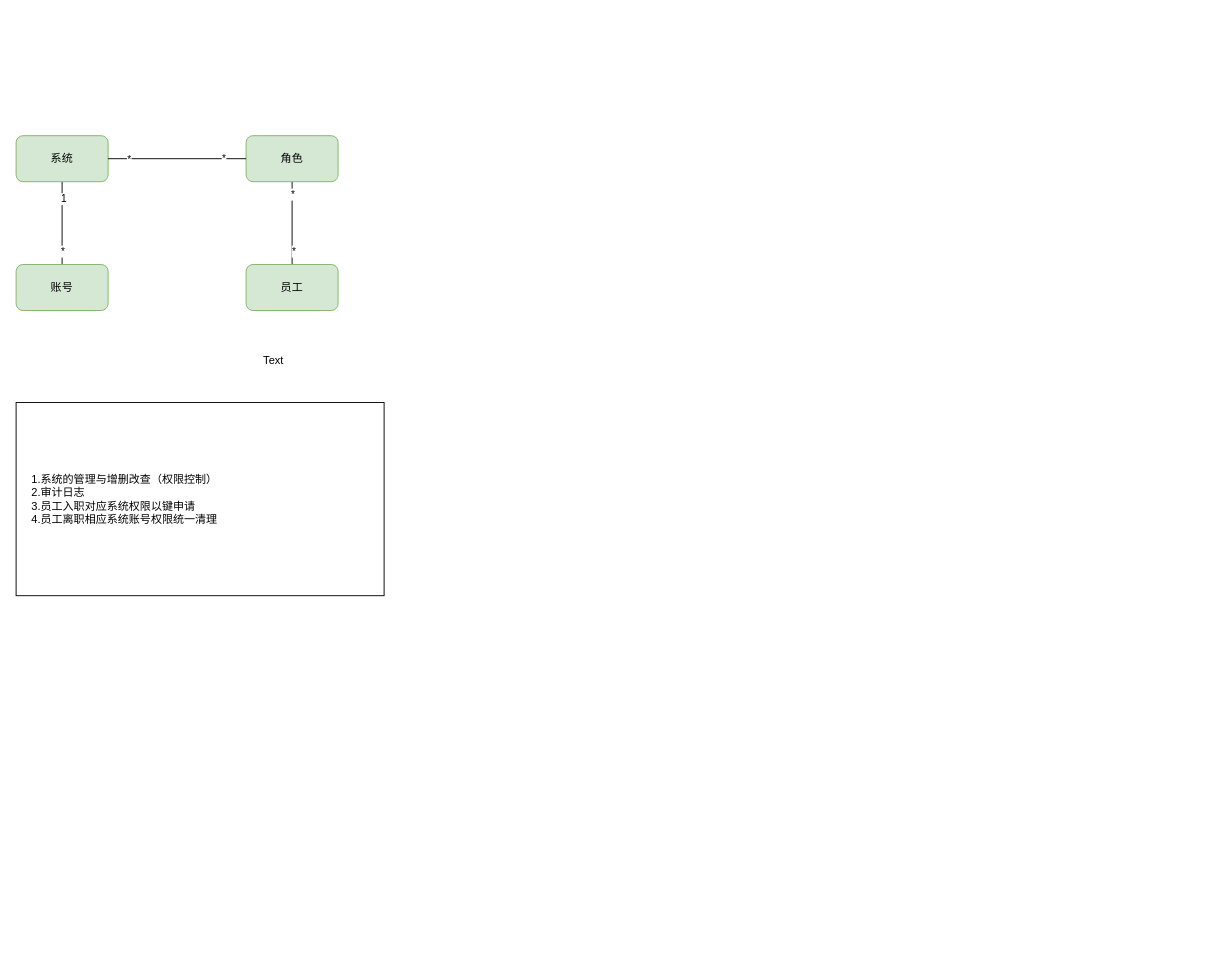
littleDagron/Codepractice keeps this draw.io diagram as 未命名绘图1.drawio. Above is the earlier version. Source tidied: cells renumbered, new cells numbered last; positions are measured from the earlier drawing's top-left corner, leaving out a move shared by most shapes. Both pictures are drawn from the tidied source at 92%, with x=0, y=0 at pixel (16, 135).
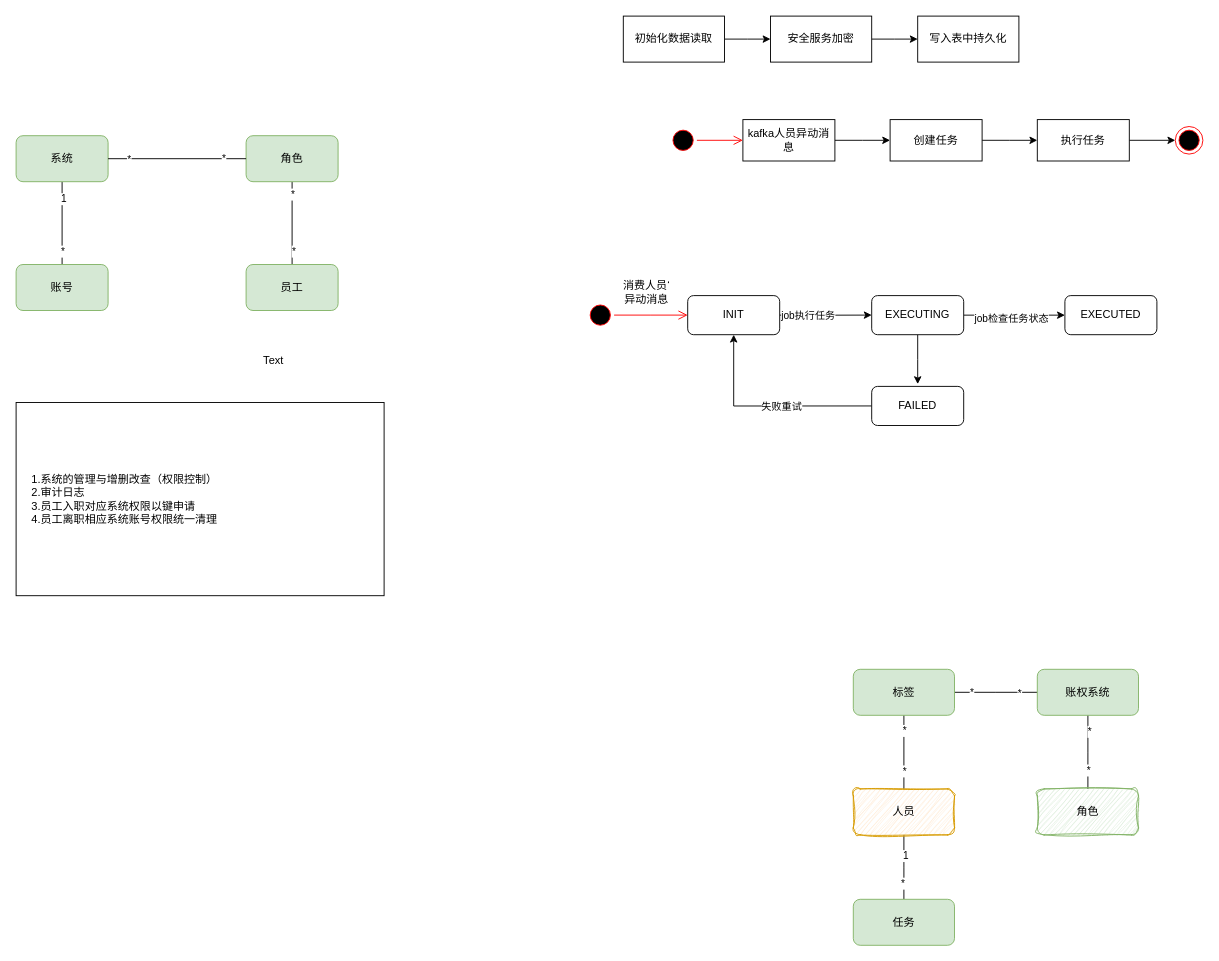
The same diagram, later.

Commit message:
更新未命名绘图1.drawio

What changed in the source:
```diff
@@
+    <mxCell id="18" style="edgeStyle=orthogonalEdgeStyle;rounded=0;jettySize=auto;html=1;exitX=1;exitY=0.5;exitDx=0;exitDy=0;" parent="1" edge="1" source="19">
+      <mxGeometry relative="1" as="geometry">
+        <mxPoint x="950" y="5" as="targetPoint" />
+      </mxGeometry>
+    </mxCell>
+    <mxCell id="19" value="kafka人员异动消息" style="rounded=0;whiteSpace=wrap;html=1;" parent="1" vertex="1">
+      <mxGeometry x="790" y="-17.5" width="100" height="45" as="geometry" />
+    </mxCell>
+    <mxCell id="20" style="edgeStyle=orthogonalEdgeStyle;rounded=0;jettySize=auto;html=1;exitX=1;exitY=0.5;exitDx=0;exitDy=0;" parent="1" edge="1" source="21">
+      <mxGeometry relative="1" as="geometry">
+        <mxPoint x="1110" y="5" as="targetPoint" />
+      </mxGeometry>
+    </mxCell>
+    <mxCell id="21" value="创建任务" style="rounded=0;whiteSpace=wrap;html=1;" parent="1" vertex="1">
+      <mxGeometry x="950" y="-17.5" width="100" height="45" as="geometry" />
+    </mxCell>
+    <mxCell id="22" style="edgeStyle=orthogonalEdgeStyle;rounded=0;jettySize=auto;html=1;exitX=1;exitY=0.5;exitDx=0;exitDy=0;entryX=0;entryY=0.5;entryDx=0;entryDy=0;" parent="1" edge="1" source="23" target="24">
+      <mxGeometry relative="1" as="geometry" />
+    </mxCell>
+    <mxCell id="23" value="执行任务" style="rounded=0;whiteSpace=wrap;html=1;" parent="1" vertex="1">
+      <mxGeometry x="1110" y="-17.5" width="100" height="45" as="geometry" />
+    </mxCell>
+    <mxCell id="24" style="ellipse;html=1;shape=endState;fillColor=#000000;strokeColor=#ff0000;" parent="1" vertex="1">
+      <mxGeometry x="1260" y="-10" width="30" height="30" as="geometry" />
+    </mxCell>
+    <mxCell id="25" style="ellipse;html=1;shape=startState;fillColor=#000000;strokeColor=#ff0000;" parent="1" vertex="1">
+      <mxGeometry x="710" y="-10" width="30" height="30" as="geometry" />
+    </mxCell>
+    <mxCell id="26" style="edgeStyle=orthogonalEdgeStyle;html=1;verticalAlign=bottom;endArrow=open;endSize=8;strokeColor=#ff0000;rounded=0;entryX=0;entryY=0.5;entryDx=0;entryDy=0;" parent="1" edge="1" source="25" target="19">
+      <mxGeometry relative="1" as="geometry" />
+    </mxCell>
+    <mxCell id="27" style="edgeStyle=orthogonalEdgeStyle;rounded=0;jettySize=auto;html=1;exitX=1;exitY=0.5;exitDx=0;exitDy=0;" parent="1" edge="1" source="28">
+      <mxGeometry relative="1" as="geometry">
+        <mxPoint x="820" y="-105" as="targetPoint" />
+      </mxGeometry>
+    </mxCell>
+    <mxCell id="28" value="初始化数据读取" style="html=1;whiteSpace=wrap;" parent="1" vertex="1">
+      <mxGeometry x="660" y="-130" width="110" height="50" as="geometry" />
+    </mxCell>
+    <mxCell id="29" style="edgeStyle=orthogonalEdgeStyle;rounded=0;jettySize=auto;html=1;exitX=1;exitY=0.5;exitDx=0;exitDy=0;" parent="1" edge="1" source="30">
+      <mxGeometry relative="1" as="geometry">
+        <mxPoint x="980" y="-105" as="targetPoint" />
+      </mxGeometry>
+    </mxCell>
+    <mxCell id="30" value="安全服务加密" style="html=1;whiteSpace=wrap;" parent="1" vertex="1">
+      <mxGeometry x="820" y="-130" width="110" height="50" as="geometry" />
+    </mxCell>
+    <mxCell id="31" value="写入表中持久化" style="html=1;whiteSpace=wrap;" parent="1" vertex="1">
+      <mxGeometry x="980" y="-130" width="110" height="50" as="geometry" />
+    </mxCell>
+    <mxCell id="32" style="ellipse;html=1;shape=startState;fillColor=#000000;strokeColor=#ff0000;" parent="1" vertex="1">
+      <mxGeometry x="620" y="180" width="30" height="30" as="geometry" />
+    </mxCell>
+    <mxCell id="33" style="edgeStyle=orthogonalEdgeStyle;html=1;verticalAlign=bottom;endArrow=open;endSize=8;strokeColor=#ff0000;rounded=0;" parent="1" edge="1" source="32">
+      <mxGeometry relative="1" as="geometry">
+        <mxPoint x="730" y="195" as="targetPoint" />
+      </mxGeometry>
+    </mxCell>
+    <mxCell id="34" style="edgeStyle=orthogonalEdgeStyle;rounded=0;jettySize=auto;html=1;exitX=1;exitY=0.5;exitDx=0;exitDy=0;" parent="1" edge="1" source="36">
+      <mxGeometry relative="1" as="geometry">
+        <mxPoint x="930" y="195" as="targetPoint" />
+      </mxGeometry>
+    </mxCell>
+    <mxCell id="35" value="job执行任务" style="edgeLabel;html=1;align=center;verticalAlign=middle;" parent="34" vertex="1">
+      <mxGeometry x="-0.38" relative="1" as="geometry" />
+    </mxCell>
+    <mxCell id="36" value="INIT" style="rounded=1;whiteSpace=wrap;html=1;" parent="1" vertex="1">
+      <mxGeometry x="730" y="173.8" width="100" height="42.5" as="geometry" />
+    </mxCell>
+    <mxCell id="37" value="消费人员‘&lt;br&gt;异动消息" style="text;html=1;align=center;verticalAlign=middle;strokeColor=none;fillColor=none;" parent="1" vertex="1">
+      <mxGeometry x="650" y="150" width="70" height="40" as="geometry" />
+    </mxCell>
+    <mxCell id="38" style="edgeStyle=orthogonalEdgeStyle;rounded=0;jettySize=auto;html=1;exitX=0.5;exitY=1;exitDx=0;exitDy=0;" parent="1" edge="1" source="41">
+      <mxGeometry relative="1" as="geometry">
+        <mxPoint x="980" y="270" as="targetPoint" />
+      </mxGeometry>
+    </mxCell>
+    <mxCell id="39" style="edgeStyle=orthogonalEdgeStyle;rounded=0;jettySize=auto;html=1;exitX=1;exitY=0.5;exitDx=0;exitDy=0;entryX=0;entryY=0.5;entryDx=0;entryDy=0;" parent="1" edge="1" source="41" target="42">
+      <mxGeometry relative="1" as="geometry" />
+    </mxCell>
+    <mxCell id="40" value="job检查任务状态" style="edgeLabel;html=1;align=center;verticalAlign=middle;" parent="39" vertex="1">
+      <mxGeometry x="-0.07" y="-3" relative="1" as="geometry" />
+    </mxCell>
+    <mxCell id="41" value="EXECUTING" style="rounded=1;whiteSpace=wrap;html=1;" parent="1" vertex="1">
+      <mxGeometry x="930" y="173.8" width="100" height="42.5" as="geometry" />
+    </mxCell>
+    <mxCell id="42" value="EXECUTED" style="rounded=1;whiteSpace=wrap;html=1;" parent="1" vertex="1">
+      <mxGeometry x="1140" y="173.8" width="100" height="42.5" as="geometry" />
+    </mxCell>
+    <mxCell id="43" style="edgeStyle=orthogonalEdgeStyle;rounded=0;jettySize=auto;html=1;exitX=0;exitY=0.5;exitDx=0;exitDy=0;entryX=0.5;entryY=1;entryDx=0;entryDy=0;" parent="1" edge="1" source="45" target="36">
+      <mxGeometry relative="1" as="geometry" />
+    </mxCell>
+    <mxCell id="44" value="失败重试" style="edgeLabel;html=1;align=center;verticalAlign=middle;" parent="43" vertex="1">
+      <mxGeometry x="-0.13" y="1" relative="1" as="geometry" />
+    </mxCell>
+    <mxCell id="45" value="FAILED" style="rounded=1;whiteSpace=wrap;html=1;" parent="1" vertex="1">
+      <mxGeometry x="930" y="272.5" width="100" height="42.5" as="geometry" />
+    </mxCell>
+    <mxCell id="46" style="edgeStyle=orthogonalEdgeStyle;rounded=0;jettySize=auto;html=1;exitX=0.5;exitY=0;exitDx=0;exitDy=0;entryX=0.5;entryY=1;entryDx=0;entryDy=0;endArrow=none;endFill=0;" parent="1" edge="1" source="52" target="56">
+      <mxGeometry relative="1" as="geometry" />
+    </mxCell>
+    <mxCell id="47" value="*" style="edgeLabel;html=1;align=center;verticalAlign=middle;" parent="46" vertex="1">
+      <mxGeometry x="-0.5" relative="1" as="geometry" />
+    </mxCell>
+    <mxCell id="48" value="*" style="edgeLabel;html=1;align=center;verticalAlign=middle;" parent="46" vertex="1">
+      <mxGeometry x="0.6" relative="1" as="geometry" />
+    </mxCell>
+    <mxCell id="49" style="edgeStyle=orthogonalEdgeStyle;rounded=0;jettySize=auto;html=1;exitX=0.5;exitY=1;exitDx=0;exitDy=0;endArrow=none;endFill=0;" parent="1" edge="1" source="52">
+      <mxGeometry relative="1" as="geometry">
+        <mxPoint x="965" y="830" as="targetPoint" />
+      </mxGeometry>
+    </mxCell>
+    <mxCell id="50" value="1" style="edgeLabel;html=1;align=center;verticalAlign=middle;" parent="49" vertex="1">
+      <mxGeometry x="-0.38" y="1" relative="1" as="geometry" />
+    </mxCell>
+    <mxCell id="51" value="*" style="edgeLabel;html=1;align=center;verticalAlign=middle;" parent="49" vertex="1">
+      <mxGeometry x="0.49" y="-2" relative="1" as="geometry" />
+    </mxCell>
+    <mxCell id="52" value="人员" style="rounded=1;whiteSpace=wrap;html=1;fillColor=#ffe6cc;strokeColor=#d79b00;shadow=0;sketch=1;curveFitting=1;jiggle=2;" parent="1" vertex="1">
+      <mxGeometry x="910" y="710" width="110" height="50" as="geometry" />
+    </mxCell>
+    <mxCell id="53" style="edgeStyle=orthogonalEdgeStyle;rounded=0;jettySize=auto;html=1;exitX=1;exitY=0.5;exitDx=0;exitDy=0;endArrow=none;endFill=0;" parent="1" edge="1" source="56">
+      <mxGeometry relative="1" as="geometry">
+        <mxPoint x="1110" y="605" as="targetPoint" />
+      </mxGeometry>
+    </mxCell>
+    <mxCell id="54" value="*" style="edgeLabel;html=1;align=center;verticalAlign=middle;" parent="53" vertex="1">
+      <mxGeometry x="-0.6" relative="1" as="geometry" />
+    </mxCell>
+    <mxCell id="55" value="*" style="edgeLabel;html=1;align=center;verticalAlign=middle;" parent="53" vertex="1">
+      <mxGeometry x="0.56" y="-1" relative="1" as="geometry" />
+    </mxCell>
+    <mxCell id="56" value="标签" style="rounded=1;whiteSpace=wrap;html=1;fillColor=#d5e8d4;strokeColor=#82b366;" parent="1" vertex="1">
+      <mxGeometry x="910" y="580" width="110" height="50" as="geometry" />
+    </mxCell>
+    <mxCell id="57" value="任务" style="rounded=1;whiteSpace=wrap;html=1;fillColor=#d5e8d4;strokeColor=#82b366;" parent="1" vertex="1">
+      <mxGeometry x="910" y="830" width="110" height="50" as="geometry" />
+    </mxCell>
+    <mxCell id="58" style="edgeStyle=orthogonalEdgeStyle;rounded=0;jettySize=auto;html=1;exitX=0.5;exitY=1;exitDx=0;exitDy=0;endArrow=none;endFill=0;" parent="1" edge="1" source="61">
+      <mxGeometry relative="1" as="geometry">
+        <mxPoint x="1165" y="710" as="targetPoint" />
+      </mxGeometry>
+    </mxCell>
+    <mxCell id="59" value="*" style="edgeLabel;html=1;align=center;verticalAlign=middle;" parent="58" vertex="1">
+      <mxGeometry x="-0.58" y="1" relative="1" as="geometry" />
+    </mxCell>
+    <mxCell id="60" value="*" style="edgeLabel;html=1;align=center;verticalAlign=middle;" parent="58" vertex="1">
+      <mxGeometry x="0.48" relative="1" as="geometry" />
+    </mxCell>
+    <mxCell id="61" value="账权系统" style="rounded=1;whiteSpace=wrap;html=1;fillColor=#d5e8d4;strokeColor=#82b366;" parent="1" vertex="1">
+      <mxGeometry x="1110" y="580" width="110" height="50" as="geometry" />
+    </mxCell>
+    <mxCell id="62" value="角色" style="rounded=1;whiteSpace=wrap;html=1;fillColor=#d5e8d4;strokeColor=#82b366;sketch=1;curveFitting=1;jiggle=2;" parent="1" vertex="1">
+      <mxGeometry x="1110" y="710" width="110" height="50" as="geometry" />
+    </mxCell>
```
